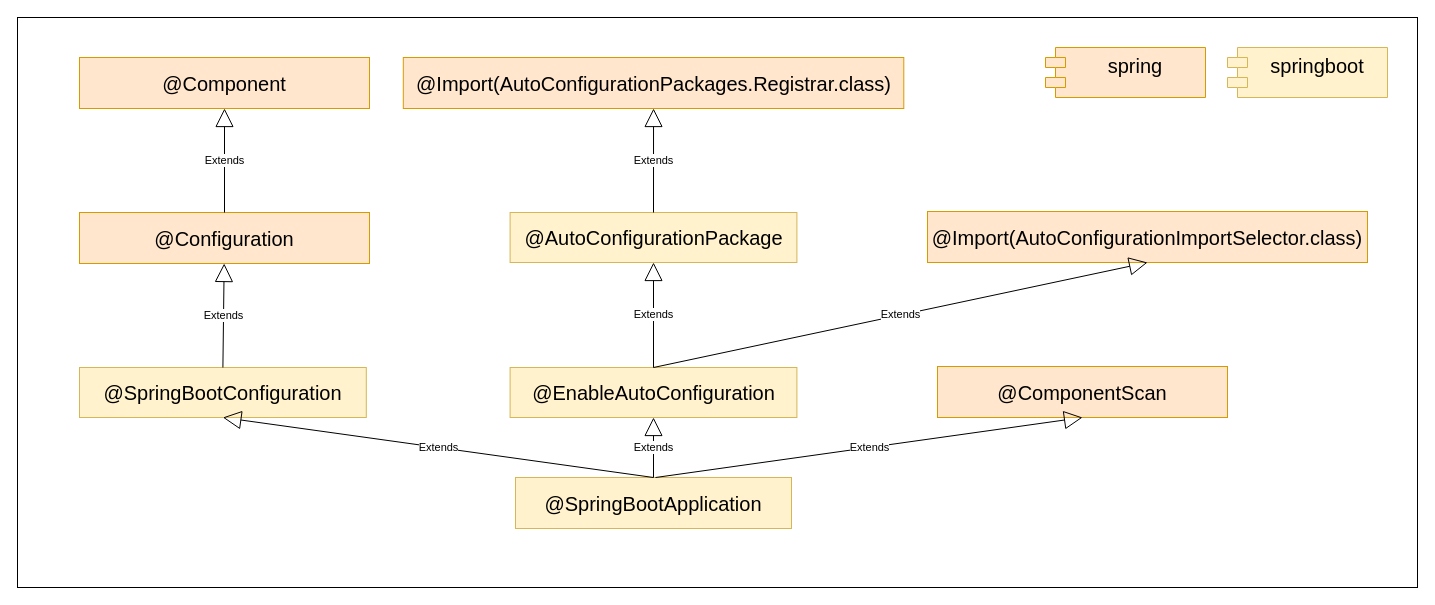
Above: dubbo-learning-doc/drawio/源码分析/1_SpringApplication_run方法/主要注解/主要注解@SpringBootApplication.drawio in czwer/dubbo-learning (draw.io), before the change. Source tidied: cells renumbered, new cells numbered last; positions are measured from the earlier drawing's top-left corner, leaving out a move shared by most shapes. Both pictures are drawn from the tidied source at 100%, with x=0, y=0 at pixel (17, 17).
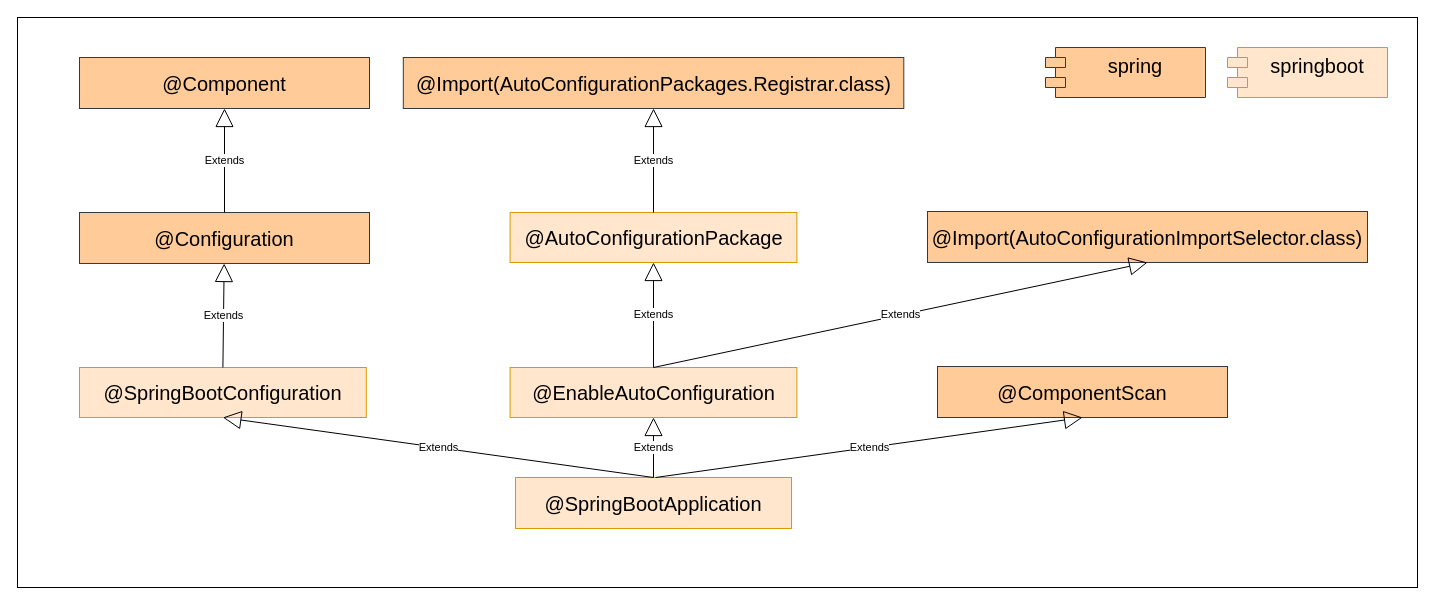
After the change.

Change to the diagram source:
```diff
@@
-    <mxCell id="3" value="&lt;div&gt;@SpringBootApplication&lt;/div&gt;" style="html=1;whiteSpace=wrap;fontSize=20;verticalAlign=middle;align=center;fillColor=#fff2cc;strokeColor=#d6b656;" parent="1" vertex="1">
+    <mxCell id="3" value="&lt;div&gt;@SpringBootApplication&lt;/div&gt;" style="html=1;whiteSpace=wrap;fontSize=20;verticalAlign=middle;align=center;fillColor=#ffe6cc;strokeColor=#d79b00;" parent="1" vertex="1">
       <mxGeometry x="498" y="460" width="276" height="51" as="geometry" />
     </mxCell>
-    <mxCell id="4" value="@SpringBootConfiguration" style="html=1;whiteSpace=wrap;fontSize=20;fillColor=#fff2cc;strokeColor=#d6b656;" parent="1" vertex="1">
+    <mxCell id="4" value="@SpringBootConfiguration" style="html=1;whiteSpace=wrap;fontSize=20;fillColor=#ffe6cc;strokeColor=#d79b00;" parent="1" vertex="1">
       <mxGeometry x="62" y="350" width="286.8" height="50" as="geometry" />
     </mxCell>
@@
-    <mxCell id="6" value="spring&lt;div&gt;&lt;br&gt;&lt;/div&gt;" style="shape=module;align=left;spacingLeft=20;align=center;verticalAlign=top;whiteSpace=wrap;html=1;fontSize=20;fillColor=#ffe6cc;strokeColor=#d79b00;" parent="1" vertex="1">
+    <mxCell id="6" value="spring&lt;div&gt;&lt;br&gt;&lt;/div&gt;" style="shape=module;align=left;spacingLeft=20;align=center;verticalAlign=top;whiteSpace=wrap;html=1;fontSize=20;fillColor=#ffcc99;strokeColor=#36393d;" parent="1" vertex="1">
       <mxGeometry x="1028" y="30" width="160" height="50" as="geometry" />
     </mxCell>
-    <mxCell id="7" value="springboot&lt;div&gt;&lt;br&gt;&lt;/div&gt;" style="shape=module;align=left;spacingLeft=20;align=center;verticalAlign=top;whiteSpace=wrap;html=1;fontSize=20;fillColor=#fff2cc;strokeColor=#d6b656;" parent="1" vertex="1">
+    <mxCell id="7" value="springboot&lt;div&gt;&lt;br&gt;&lt;/div&gt;" style="shape=module;align=left;spacingLeft=20;align=center;verticalAlign=top;whiteSpace=wrap;html=1;fontSize=20;fillColor=#ffe6cc;strokeColor=#d79b00;" parent="1" vertex="1">
       <mxGeometry x="1210" y="30" width="160" height="50" as="geometry" />
     </mxCell>
-    <mxCell id="8" value="@EnableAutoConfiguration" style="html=1;whiteSpace=wrap;fontSize=20;fillColor=#fff2cc;strokeColor=#d6b656;" parent="1" vertex="1">
+    <mxCell id="8" value="@EnableAutoConfiguration" style="html=1;whiteSpace=wrap;fontSize=20;fillColor=#ffe6cc;strokeColor=#d79b00;" parent="1" vertex="1">
       <mxGeometry x="492.6" y="350" width="286.8" height="50" as="geometry" />
     </mxCell>
@@
-    <mxCell id="10" value="@ComponentScan" style="html=1;whiteSpace=wrap;fontSize=20;verticalAlign=middle;align=center;fontStyle=0;fillColor=#ffe6cc;strokeColor=#d79b00;" parent="1" vertex="1">
+    <mxCell id="10" value="@ComponentScan" style="html=1;whiteSpace=wrap;fontSize=20;verticalAlign=middle;align=center;fontStyle=0;fillColor=#ffcc99;strokeColor=#36393d;" parent="1" vertex="1">
       <mxGeometry x="920" y="349" width="290" height="51" as="geometry" />
     </mxCell>
@@
-    <mxCell id="12" value="@Configuration" style="html=1;whiteSpace=wrap;fontSize=20;verticalAlign=middle;align=center;fontStyle=0;fillColor=#ffe6cc;strokeColor=#d79b00;" parent="1" vertex="1">
+    <mxCell id="12" value="@Configuration" style="html=1;whiteSpace=wrap;fontSize=20;verticalAlign=middle;align=center;fontStyle=0;fillColor=#ffcc99;strokeColor=#36393d;" parent="1" vertex="1">
       <mxGeometry x="62" y="195" width="290" height="51" as="geometry" />
     </mxCell>
@@
-    <mxCell id="14" value="@Component" style="html=1;whiteSpace=wrap;fontSize=20;verticalAlign=middle;align=center;fontStyle=0;fillColor=#ffe6cc;strokeColor=#d79b00;" parent="1" vertex="1">
+    <mxCell id="14" value="@Component" style="html=1;whiteSpace=wrap;fontSize=20;verticalAlign=middle;align=center;fontStyle=0;fillColor=#ffcc99;strokeColor=#36393d;" parent="1" vertex="1">
       <mxGeometry x="62" y="40" width="290" height="51" as="geometry" />
     </mxCell>
@@
-    <mxCell id="16" value="@AutoConfigurationPackage" style="html=1;whiteSpace=wrap;fontSize=20;fillColor=#fff2cc;strokeColor=#d6b656;" parent="1" vertex="1">
+    <mxCell id="16" value="@AutoConfigurationPackage" style="html=1;whiteSpace=wrap;fontSize=20;fillColor=#ffe6cc;strokeColor=#d79b00;" parent="1" vertex="1">
       <mxGeometry x="492.6" y="195" width="286.8" height="50" as="geometry" />
     </mxCell>
-    <mxCell id="17" value="@Import(AutoConfigurationImportSelector.class)" style="html=1;whiteSpace=wrap;fontSize=20;verticalAlign=middle;align=center;fontStyle=0;fillColor=#ffe6cc;strokeColor=#d79b00;" parent="1" vertex="1">
+    <mxCell id="17" value="@Import(AutoConfigurationImportSelector.class)" style="html=1;whiteSpace=wrap;fontSize=20;verticalAlign=middle;align=center;fontStyle=0;fillColor=#ffcc99;strokeColor=#36393d;" parent="1" vertex="1">
       <mxGeometry x="910" y="194" width="440" height="51" as="geometry" />
     </mxCell>
@@
-    <mxCell id="20" value="@Import(AutoConfigurationPackages.Registrar.class)" style="html=1;whiteSpace=wrap;fontSize=20;verticalAlign=middle;align=center;fontStyle=0;fillColor=#ffe6cc;strokeColor=#d79b00;" parent="1" vertex="1">
+    <mxCell id="20" value="@Import(AutoConfigurationPackages.Registrar.class)" style="html=1;whiteSpace=wrap;fontSize=20;verticalAlign=middle;align=center;fontStyle=0;fillColor=#ffcc99;strokeColor=#36393d;" parent="1" vertex="1">
       <mxGeometry x="385.8" y="40" width="500.5" height="51" as="geometry" />
     </mxCell>
```
